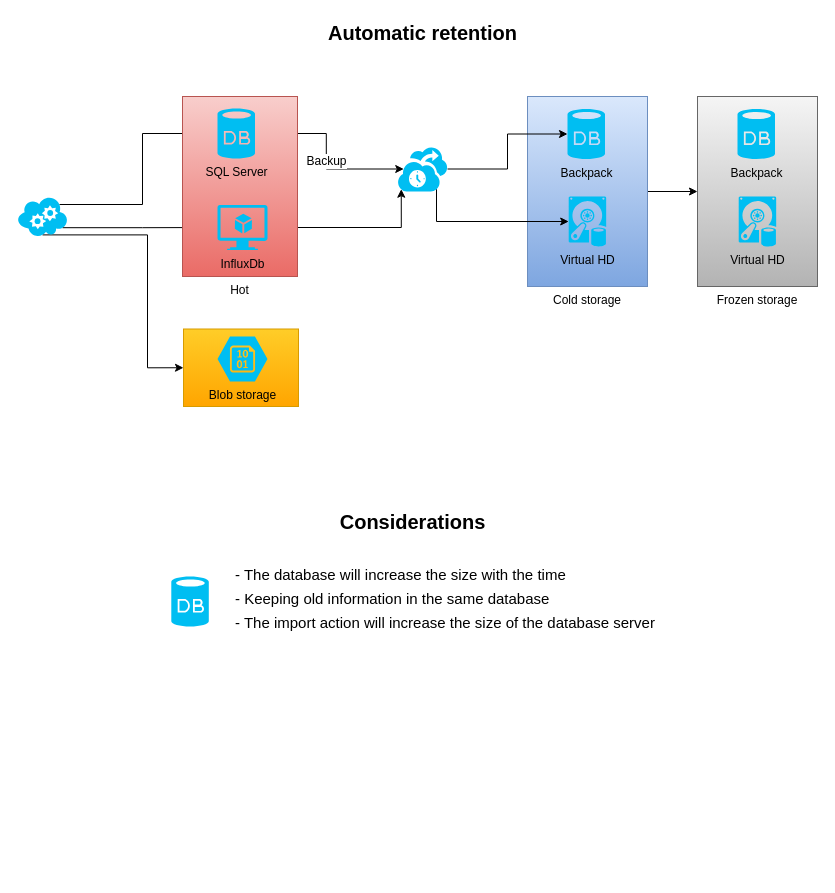
m1guel/diagrams keeps this draw.io diagram as combiq/DataRetention.drawio. Above is the earlier version. Source tidied: cells renumbered, new cells numbered last; positions are measured from the earlier drawing's top-left corner, leaving out a move shared by most shapes. Both pictures are drawn from the tidied source at 100%, with x=0, y=0 at pixel (17, 17).
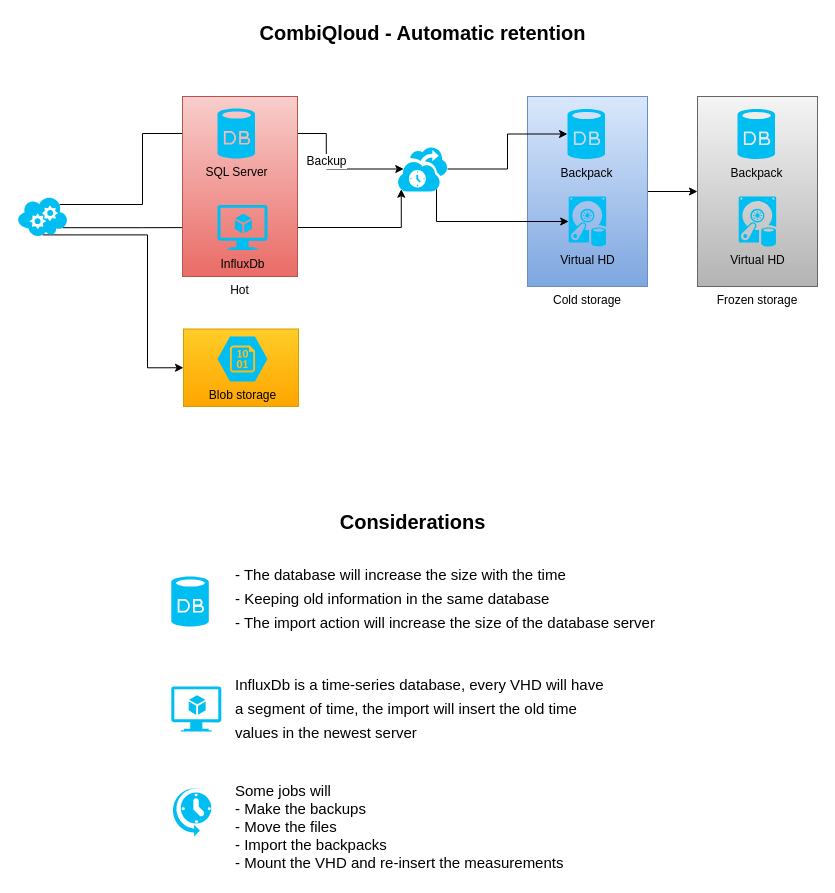
The same diagram, later.

The edit, as a diff of the source:
```diff
@@
-    <mxCell id="22" value="Automatic retention" style="text;html=1;align=center;verticalAlign=middle;fontColor=#000000;fontSize=20;fontStyle=1;" parent="1" vertex="1">
-      <mxGeometry x="305" width="200" height="30" as="geometry" />
+    <mxCell id="22" value="CombiQloud - Automatic retention" style="text;html=1;align=center;verticalAlign=middle;fontColor=#000000;fontSize=20;fontStyle=1;" parent="1" vertex="1">
+      <mxGeometry x="235" width="340" height="30" as="geometry" />
     </mxCell>
@@
+    <mxCell id="29" style="verticalLabelPosition=bottom;html=1;verticalAlign=top;align=center;strokeColor=none;fillColor=#00BEF2;shape=mxgraph.azure.virtual_machine_feature;fontSize=20;fontColor=#000000;" parent="1" vertex="1">
+      <mxGeometry x="153.8" y="669" width="50" height="45" as="geometry" />
+    </mxCell>
+    <mxCell id="30" value="&lt;font style=&quot;font-size: 15px&quot;&gt;InfluxDb is a time-series database, every VHD will have &lt;br&gt;a segment of time, the import will insert the old time &lt;br&gt;values in the newest server&lt;/font&gt;" style="text;html=1;align=left;verticalAlign=middle;fontSize=20;fontColor=#000000;" parent="1" vertex="1">
+      <mxGeometry x="216.2" y="649" width="380" height="80" as="geometry" />
+    </mxCell>
+    <mxCell id="31" style="verticalLabelPosition=bottom;html=1;verticalAlign=top;align=center;strokeColor=none;fillColor=#00BEF2;shape=mxgraph.azure.scheduler;fontSize=20;fontColor=#000000;" parent="1" vertex="1">
+      <mxGeometry x="153.8" y="769" width="40" height="50" as="geometry" />
+    </mxCell>
+    <mxCell id="32" value="Some jobs will &lt;br&gt;- Make the backups&lt;br&gt;- Move the files&lt;br&gt;- Import the backpacks&lt;br&gt;- Mount the VHD and re-insert the measurements" style="text;html=1;align=left;verticalAlign=middle;fontSize=15;fontColor=#000000;" parent="1" vertex="1">
+      <mxGeometry x="216.2" y="759" width="340" height="100" as="geometry" />
+    </mxCell>
```
